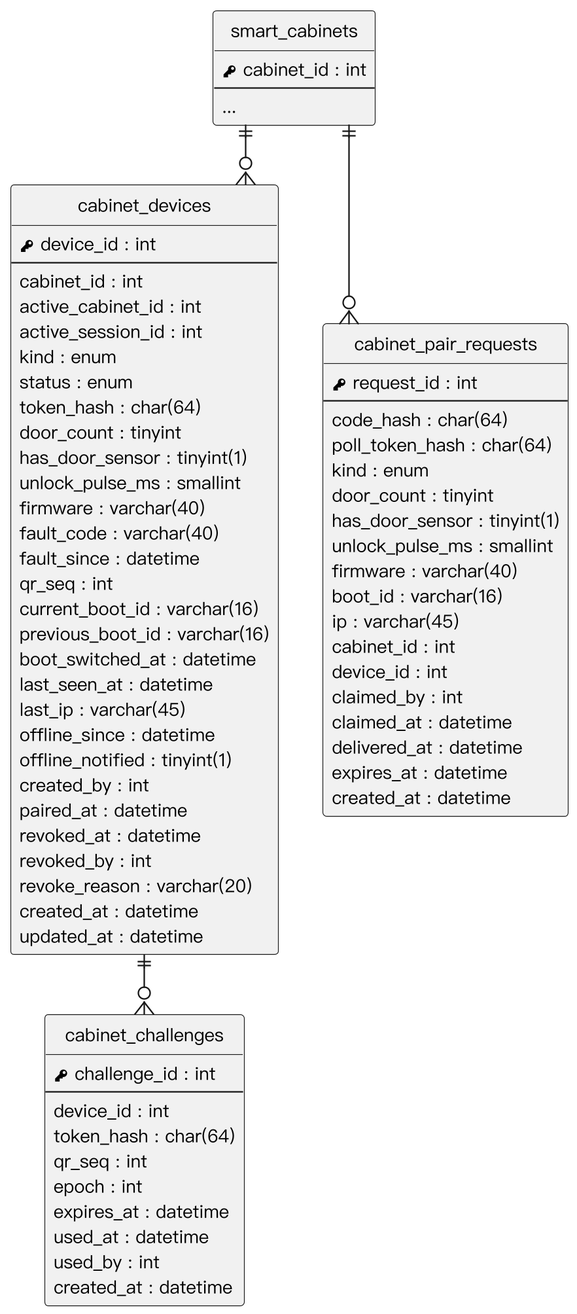
Before: Diagrams/Relational Tables/v3/er_cabinet_devices.png, a diagram exported from PlantUML (SaveMyBook/SaveMyBook).
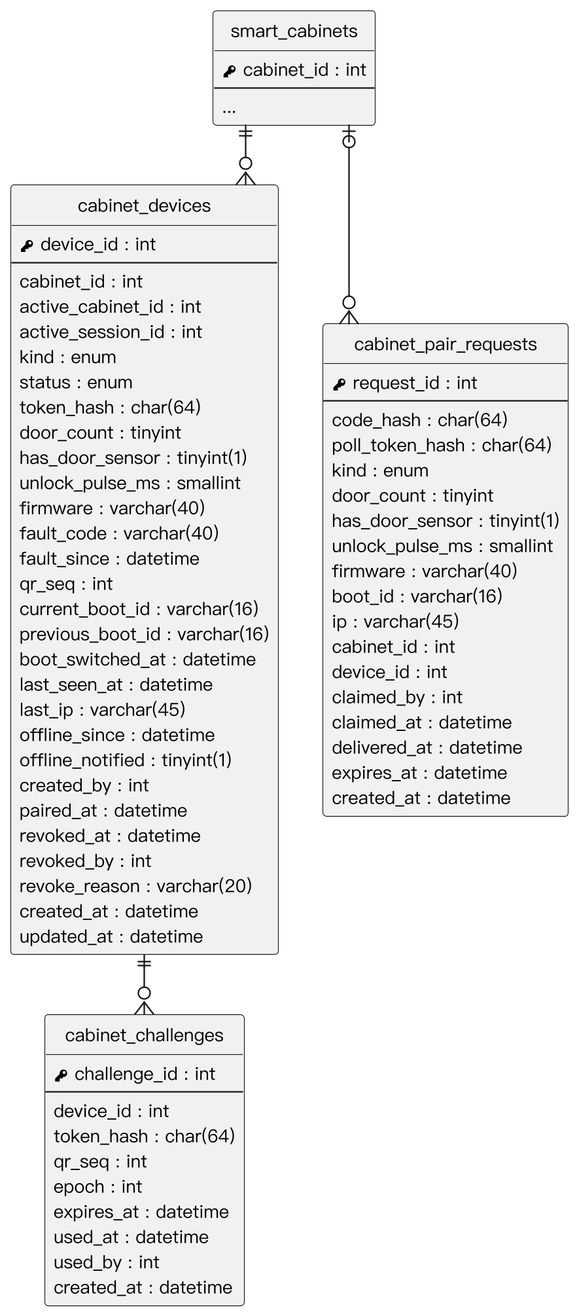
The same file after the commit.

Change to the diagram source:
```diff
@@ -79,6 +79,6 @@
   {field} created_at : datetime
 }
 smart_cabinets ||--o{ cabinet_devices
-smart_cabinets ||--o{ cabinet_pair_requests
+smart_cabinets |o--o{ cabinet_pair_requests
 cabinet_devices ||--o{ cabinet_challenges
 @enduml
```
